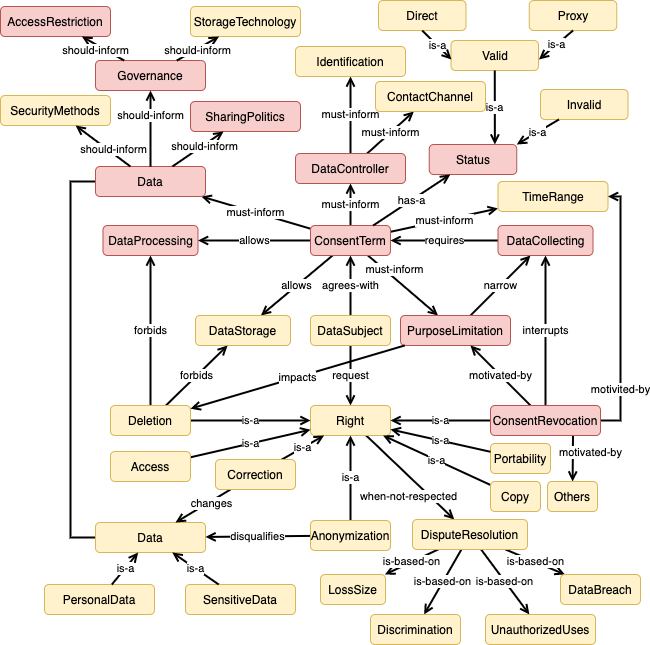
Above: img/RootScenarioImpact.png in phalves/GoDReP (draw.io), before the change. Source tidied: cells renumbered, new cells last; positions are measured from the earlier drawing's top-left corner, leaving out a move shared by most shapes.
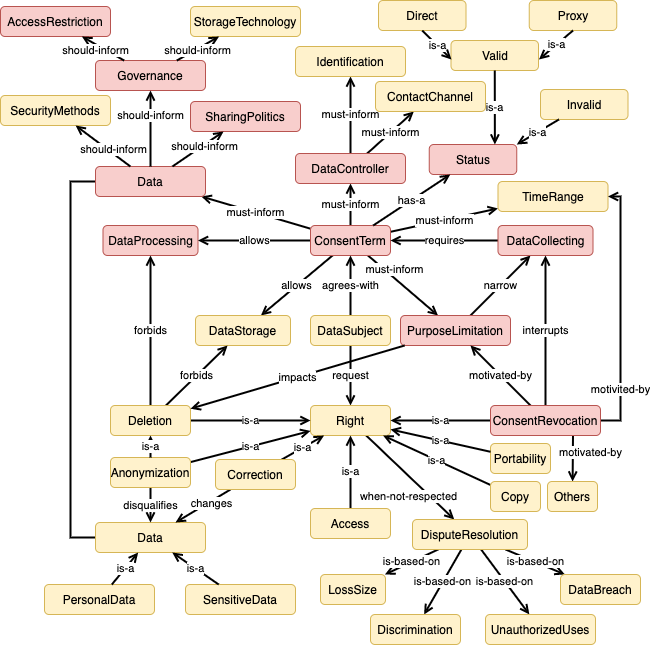
After the change.

Commit message:
Updating images regarding the scenario impacts

Change to the diagram source:
```diff
@@ -121,7 +121,7 @@
       <mxGeometry relative="1" as="geometry" />
     </mxCell>
     <mxCell id="38" value="Anonymization" style="rounded=1;whiteSpace=wrap;html=1;fillColor=#fff2cc;strokeColor=#d6b656;" parent="1" vertex="1">
-      <mxGeometry x="310" y="520" width="80" height="30" as="geometry" />
+      <mxGeometry x="110" y="457" width="80" height="30" as="geometry" />
     </mxCell>
     <mxCell id="39" value="is-a" style="edgeStyle=none;rounded=0;jettySize=auto;html=1;endArrow=open;endFill=0;strokeWidth=2;" parent="1" edge="1" source="41" target="26">
       <mxGeometry relative="1" as="geometry" />
@@ -178,7 +178,7 @@
       <mxGeometry relative="1" as="geometry" />
     </mxCell>
     <mxCell id="57" value="Access" style="rounded=1;whiteSpace=wrap;html=1;fillColor=#fff2cc;strokeColor=#d6b656;" parent="1" vertex="1">
-      <mxGeometry x="110" y="451" width="80" height="30" as="geometry" />
+      <mxGeometry x="310" y="508" width="80" height="30" as="geometry" />
     </mxCell>
     <mxCell id="58" value="is-a" style="edgeStyle=none;rounded=0;jettySize=auto;html=1;endArrow=open;endFill=0;strokeWidth=2;" parent="1" edge="1" source="59" target="26">
       <mxGeometry relative="1" as="geometry" />
@@ -274,5 +274,8 @@
         <mxPoint x="538.5" y="59" as="targetPoint" />
       </mxGeometry>
     </mxCell>
+    <mxCell id="88" value="is-a" style="edgeStyle=none;rounded=0;jettySize=auto;html=1;endArrow=open;endFill=0;strokeWidth=2;" parent="1" edge="1" source="38" target="45">
+      <mxGeometry relative="1" as="geometry" />
+    </mxCell>
   </root>
 </mxGraphModel>
```
